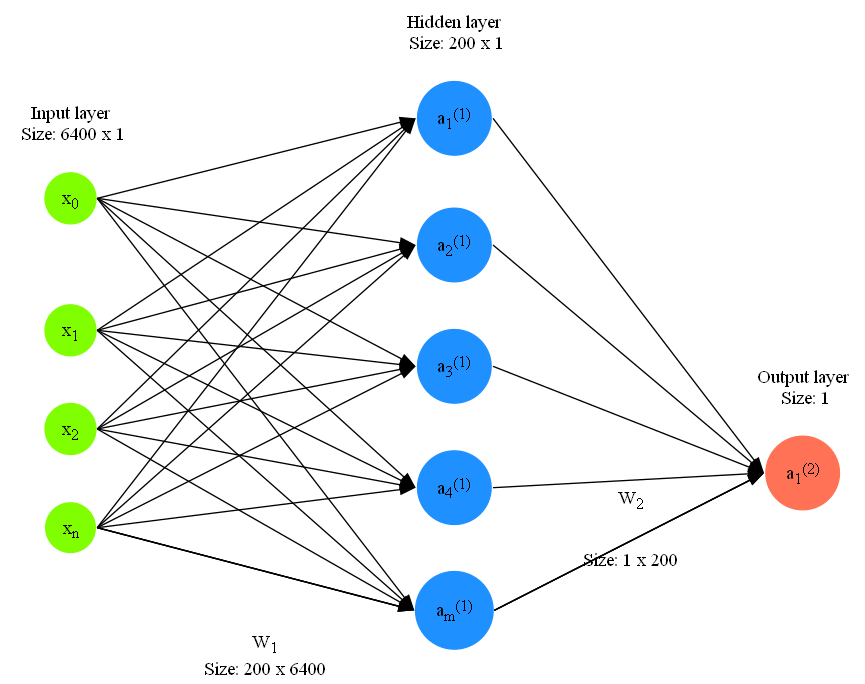
The Graphviz diagram architecture/myfile.dot.png in VolkerFelix/pong, before a commit. Its source is kept beside it as architecture/myfile.dot.
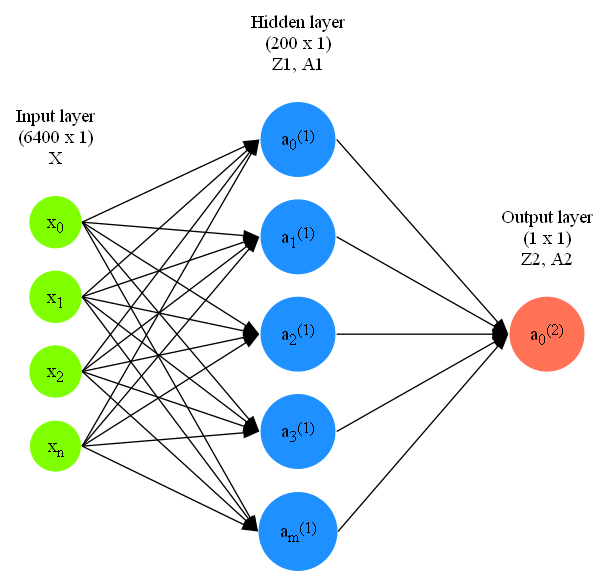
The same file after the commit.

The edit, as a diff of the source:
```diff
@@ -12,15 +12,15 @@
 }
 {
     node [shape=circle, color=dodgerblue, style=filled, fillcolor=dodgerblue];
+    a02 [label=<a<sub>0</sub><sup>(1)</sup>>];
     a12 [label=<a<sub>1</sub><sup>(1)</sup>>];
     a22 [label=<a<sub>2</sub><sup>(1)</sup>>];
     a32 [label=<a<sub>3</sub><sup>(1)</sup>>];
-    a42 [label=<a<sub>4</sub><sup>(1)</sup>>];
     am2 [label=<a<sub>m</sub><sup>(1)</sup>>];
 }
 {
     node [shape=circle, color=coral1, style=filled, fillcolor=coral1];
-    O1 [label=<a<sub>1</sub><sup>(2)</sup>>];
+    O1 [label=<a<sub>0</sub><sup>(2)</sup>>];
 }
     {
         rank=same;
@@ -28,23 +28,19 @@
     }
     {
         rank=same;
-        a12->a22->a32->a42->am2;
+        a02->a12->a22->a32->am2;
     }
     {
         rank=same;
         O1;
     }
-    l0 [shape=plaintext, label="Input layer\n Size: 6400 x 1"];
+    l0 [shape=plaintext, label="Input layer\n(6400 x 1)\nX"];
     {rank=same; l0;x0;};
-    l1 [shape=plaintext, label="Hidden layer\n Size: 200 x 1"];
-    {rank=same; l1;a12};
-    l3 [shape=plaintext, label="Output layer\n Size: 1"];
+    l1 [shape=plaintext, label="Hidden layer\n(200 x 1)\nZ1, A1"];
+    {rank=same; l1;a02};
+    l3 [shape=plaintext, label="Output layer\n(1 x 1)\nZ2, A2"];
     {rank=same; l3;O1};
     edge[style=solid, tailport=e, headport=w];
-    xn -> am2 [label=<W<sub>1</sub>>];
-    xn -> am2 [label="Size: 200 x 6400"];
-    {x0; x1; x2; xn} -> {a12;a22;a32;a42;am2};
-    am2 -> O1 [label=<W<sub>2</sub>>];
-    am2 -> O1 [label="Size: 1 x 200"];
-    {a12;a22;a32;a42;am2} -> {O1};
+    {x0; x1; x2; xn} -> {a02;a12;a22;a32;am2};
+    {a02;a12;a22;a32;am2} -> {O1};
 }
```
